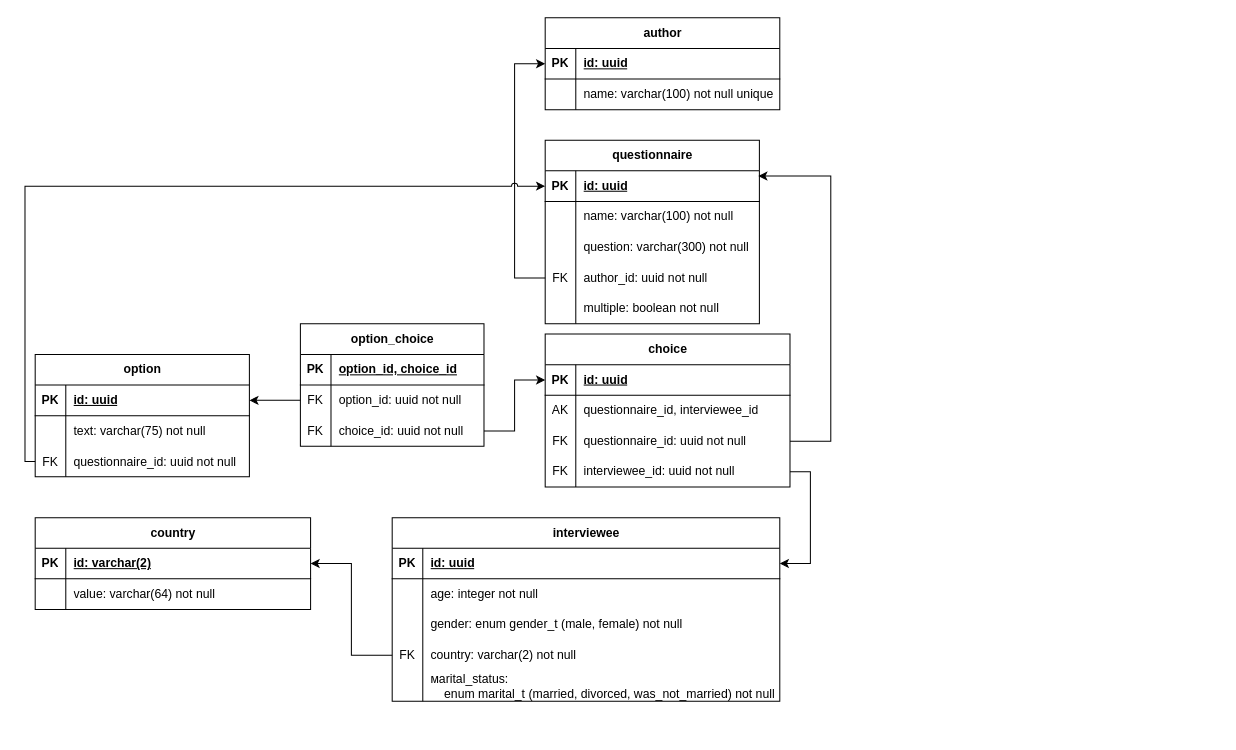
Above: src/main/resources/static/diagrams/физическая модель.drawio in PavelPutin/QuestionnaireSystem (draw.io), before the change. Source tidied: cells renumbered, new cells numbered last; positions are measured from the earlier drawing's top-left corner, leaving out a move shared by most shapes. Both pictures are drawn from the tidied source at 102%, with x=0, y=0 at pixel (24, 17).
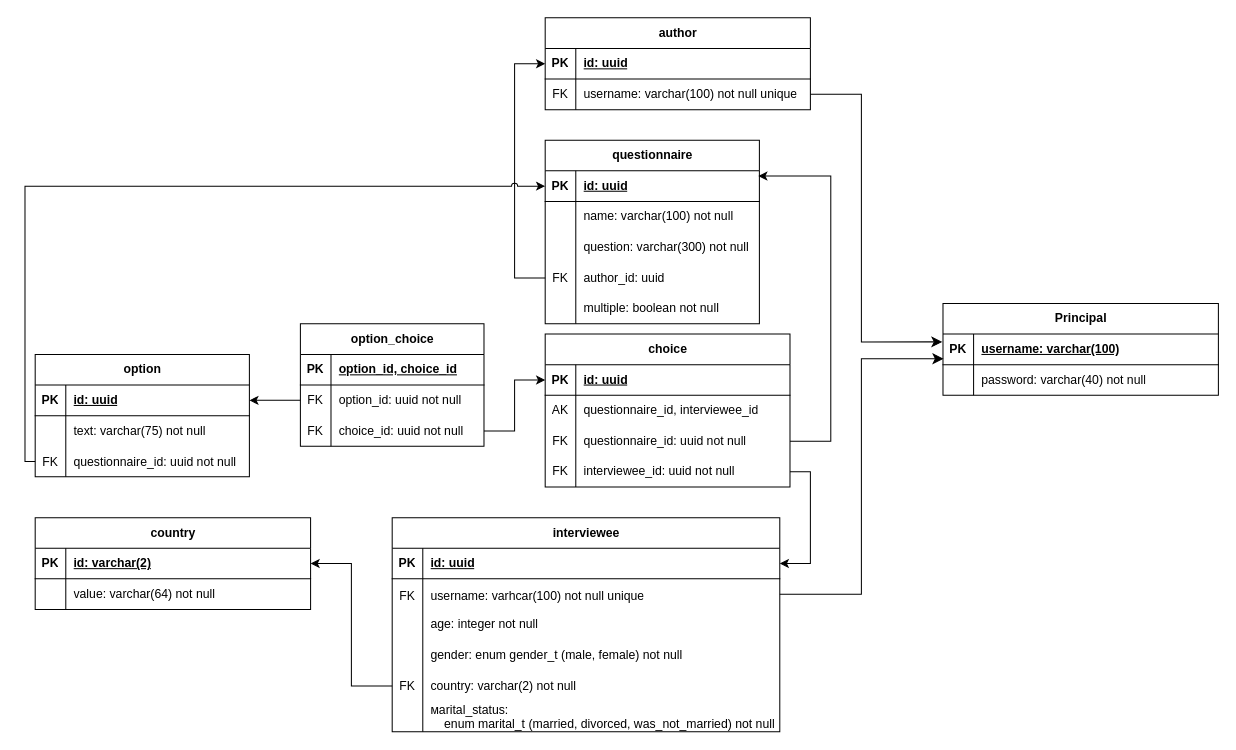
The same diagram, later.

The change refers to these unchanged cells:
```xml
<mxCell id="19" style="shape=tableRow;horizontal=0;startSize=0;swimlaneHead=0;swimlaneBody=0;fillColor=none;points=[[0,0.5],[1,0.5]];portConstraint=eastwest;top=0;left=0;right=0;bottom=0;" parent="9" vertex="1">
  <mxGeometry y="120" width="210" height="30" as="geometry" />
</mxCell>
```

Diff of the diagram source:
```diff
@@
     <mxCell id="2" value="author" style="shape=table;startSize=30;childLayout=tableLayout;rowLines=0;fontStyle=1;align=center;html=1;" parent="1" vertex="1">
-      <mxGeometry x="510" width="230" height="90" as="geometry" />
+      <mxGeometry x="510" width="260" height="90" as="geometry" />
     </mxCell>
     <mxCell id="3" style="shape=tableRow;horizontal=0;startSize=0;swimlaneHead=0;swimlaneBody=0;fillColor=none;points=[[0,0.5],[1,0.5]];portConstraint=eastwest;top=0;left=0;right=0;bottom=1;" parent="2" vertex="1">
-      <mxGeometry y="30" width="230" height="30" as="geometry" />
+      <mxGeometry y="30" width="260" height="30" as="geometry" />
     </mxCell>
@@
     <mxCell id="5" value="id: uuid" style="shape=partialRectangle;fillColor=none;top=0;left=0;bottom=0;right=0;align=left;spacingLeft=6;fontStyle=5;overflow=hidden;whiteSpace=wrap;html=1;" parent="3" vertex="1">
-      <mxGeometry x="30" width="200" height="30" as="geometry" />
+      <mxGeometry x="30" width="230" height="30" as="geometry" />
     </mxCell>
     <mxCell id="6" style="shape=tableRow;horizontal=0;startSize=0;swimlaneHead=0;swimlaneBody=0;fillColor=none;points=[[0,0.5],[1,0.5]];portConstraint=eastwest;top=0;left=0;right=0;bottom=0;" parent="2" vertex="1">
-      <mxGeometry y="60" width="230" height="30" as="geometry" />
+      <mxGeometry y="60" width="260" height="30" as="geometry" />
     </mxCell>
-    <mxCell id="7" style="shape=partialRectangle;fillColor=none;top=0;left=0;bottom=0;right=0;overflow=hidden;whiteSpace=wrap;html=1;" parent="6" vertex="1">
+    <mxCell id="7" value="FK" style="shape=partialRectangle;fillColor=none;top=0;left=0;bottom=0;right=0;overflow=hidden;whiteSpace=wrap;html=1;" parent="6" vertex="1">
       <mxGeometry width="30" height="30" as="geometry" />
     </mxCell>
-    <mxCell id="8" value="name: varchar(100) not null unique" style="shape=partialRectangle;fillColor=none;top=0;left=0;bottom=0;right=0;align=left;spacingLeft=6;overflow=hidden;whiteSpace=wrap;html=1;" parent="6" vertex="1">
-      <mxGeometry x="30" width="200" height="30" as="geometry" />
+    <mxCell id="8" value="username: varchar(100) not null unique" style="shape=partialRectangle;fillColor=none;top=0;left=0;bottom=0;right=0;align=left;spacingLeft=6;overflow=hidden;whiteSpace=wrap;html=1;" parent="6" vertex="1">
+      <mxGeometry x="30" width="230" height="30" as="geometry" />
     </mxCell>
@@
-    <mxCell id="21" value="author_id: uuid&amp;nbsp;not null" style="shape=partialRectangle;fillColor=none;top=0;left=0;bottom=0;right=0;align=left;spacingLeft=6;overflow=hidden;whiteSpace=wrap;html=1;" parent="19" vertex="1">
+    <mxCell id="21" value="author_id: uuid" style="shape=partialRectangle;fillColor=none;top=0;left=0;bottom=0;right=0;align=left;spacingLeft=6;overflow=hidden;whiteSpace=wrap;html=1;" parent="19" vertex="1">
       <mxGeometry x="30" width="180" height="30" as="geometry" />
     </mxCell>
@@
     <mxCell id="35" value="interviewee" style="shape=table;startSize=30;childLayout=tableLayout;rowLines=0;fontStyle=1;align=center;html=1;" parent="1" vertex="1">
-      <mxGeometry x="360" y="490" width="380" height="180" as="geometry" />
+      <mxGeometry x="360" y="490" width="380" height="210" as="geometry" />
     </mxCell>
@@
+    <mxCell id="88" style="shape=tableRow;horizontal=0;startSize=0;swimlaneHead=0;swimlaneBody=0;fillColor=none;points=[[0,0.5],[1,0.5]];portConstraint=eastwest;top=0;left=0;right=0;bottom=0;fontSize=16;" parent="35" vertex="1">
+      <mxGeometry y="60" width="380" height="30" as="geometry" />
+    </mxCell>
+    <mxCell id="89" value="&lt;font style=&quot;font-size: 12px;&quot;&gt;FK&lt;/font&gt;" style="shape=partialRectangle;fillColor=none;top=0;left=0;bottom=0;right=0;fontStyle=0;overflow=hidden;whiteSpace=wrap;html=1;fontSize=16;" parent="88" vertex="1">
+      <mxGeometry width="30" height="30" as="geometry" />
+    </mxCell>
+    <mxCell id="90" value="&lt;font style=&quot;font-size: 12px;&quot;&gt;username: varhcar(100) not null unique&lt;/font&gt;" style="shape=partialRectangle;fillColor=none;top=0;left=0;bottom=0;right=0;align=left;spacingLeft=6;fontStyle=0;overflow=hidden;whiteSpace=wrap;html=1;fontSize=16;" parent="88" vertex="1">
+      <mxGeometry x="30" width="350" height="30" as="geometry" />
+    </mxCell>
     <mxCell id="39" style="shape=tableRow;horizontal=0;startSize=0;swimlaneHead=0;swimlaneBody=0;fillColor=none;top=0;left=0;right=0;bottom=0;" parent="35" vertex="1">
-      <mxGeometry y="60" width="380" height="30" as="geometry" />
+      <mxGeometry y="90" width="380" height="30" as="geometry" />
     </mxCell>
@@
     <mxCell id="42" style="shape=tableRow;horizontal=0;startSize=0;swimlaneHead=0;swimlaneBody=0;fillColor=none;top=0;left=0;right=0;bottom=0;" parent="35" vertex="1">
-      <mxGeometry y="90" width="380" height="30" as="geometry" />
+      <mxGeometry y="120" width="380" height="30" as="geometry" />
     </mxCell>
@@
     <mxCell id="45" style="shape=tableRow;horizontal=0;startSize=0;swimlaneHead=0;swimlaneBody=0;fillColor=none;points=[[0,0.5],[1,0.5]];portConstraint=eastwest;top=0;left=0;right=0;bottom=0;" parent="35" vertex="1">
-      <mxGeometry y="120" width="380" height="30" as="geometry" />
+      <mxGeometry y="150" width="380" height="30" as="geometry" />
     </mxCell>
@@
     <mxCell id="48" style="shape=tableRow;horizontal=0;startSize=0;swimlaneHead=0;swimlaneBody=0;fillColor=none;top=0;left=0;right=0;bottom=0;" parent="35" vertex="1">
-      <mxGeometry y="150" width="380" height="30" as="geometry" />
+      <mxGeometry y="180" width="380" height="30" as="geometry" />
     </mxCell>
@@
+    <mxCell id="91" value="Principal" style="shape=table;startSize=30;childLayout=tableLayout;rowLines=0;fontStyle=1;align=center;html=1;fontSize=12;" parent="1" vertex="1">
+      <mxGeometry x="900" y="280" width="270" height="90" as="geometry" />
+    </mxCell>
+    <mxCell id="92" style="shape=tableRow;horizontal=0;startSize=0;swimlaneHead=0;swimlaneBody=0;fillColor=none;points=[[0,0.5],[1,0.5]];portConstraint=eastwest;top=0;left=0;right=0;bottom=1;fontSize=12;" parent="91" vertex="1">
+      <mxGeometry y="30" width="270" height="30" as="geometry" />
+    </mxCell>
+    <mxCell id="93" value="PK" style="shape=partialRectangle;fillColor=none;top=0;left=0;bottom=0;right=0;fontStyle=1;overflow=hidden;whiteSpace=wrap;html=1;fontSize=12;" parent="92" vertex="1">
+      <mxGeometry width="30" height="30" as="geometry" />
+    </mxCell>
+    <mxCell id="94" value="username: varchar(100)" style="shape=partialRectangle;fillColor=none;top=0;left=0;bottom=0;right=0;align=left;spacingLeft=6;fontStyle=5;overflow=hidden;whiteSpace=wrap;html=1;fontSize=12;" parent="92" vertex="1">
+      <mxGeometry x="30" width="240" height="30" as="geometry" />
+    </mxCell>
+    <mxCell id="95" style="shape=tableRow;horizontal=0;startSize=0;swimlaneHead=0;swimlaneBody=0;fillColor=none;top=0;left=0;right=0;bottom=0;fontSize=12;" parent="91" vertex="1">
+      <mxGeometry y="60" width="270" height="30" as="geometry" />
+    </mxCell>
+    <mxCell id="96" style="shape=partialRectangle;fillColor=none;top=0;left=0;bottom=0;right=0;overflow=hidden;whiteSpace=wrap;html=1;fontSize=12;" parent="95" vertex="1">
+      <mxGeometry width="30" height="30" as="geometry" />
+    </mxCell>
+    <mxCell id="97" value="password: varchar(40) not null" style="shape=partialRectangle;fillColor=none;top=0;left=0;bottom=0;right=0;align=left;spacingLeft=6;overflow=hidden;whiteSpace=wrap;html=1;fontSize=12;" parent="95" vertex="1">
+      <mxGeometry x="30" width="240" height="30" as="geometry" />
+    </mxCell>
+    <mxCell id="98" style="edgeStyle=orthogonalEdgeStyle;rounded=0;jettySize=auto;html=1;exitX=1;exitY=0.5;exitDx=0;exitDy=0;entryX=0.002;entryY=0.805;entryDx=0;entryDy=0;fontSize=12;startSize=8;endSize=8;entryPerimeter=0;" parent="1" edge="1" source="88" target="92">
+      <mxGeometry relative="1" as="geometry" />
+    </mxCell>
+    <mxCell id="99" style="edgeStyle=orthogonalEdgeStyle;rounded=0;jettySize=auto;html=1;exitX=1;exitY=0.5;exitDx=0;exitDy=0;entryX=-0.002;entryY=0.256;entryDx=0;entryDy=0;fontSize=12;startSize=8;endSize=8;entryPerimeter=0;" parent="1" edge="1" source="6" target="92">
+      <mxGeometry relative="1" as="geometry">
+        <Array as="points">
+          <mxPoint x="820" y="75" />
+          <mxPoint x="820" y="318" />
+        </Array>
+      </mxGeometry>
+    </mxCell>
```
